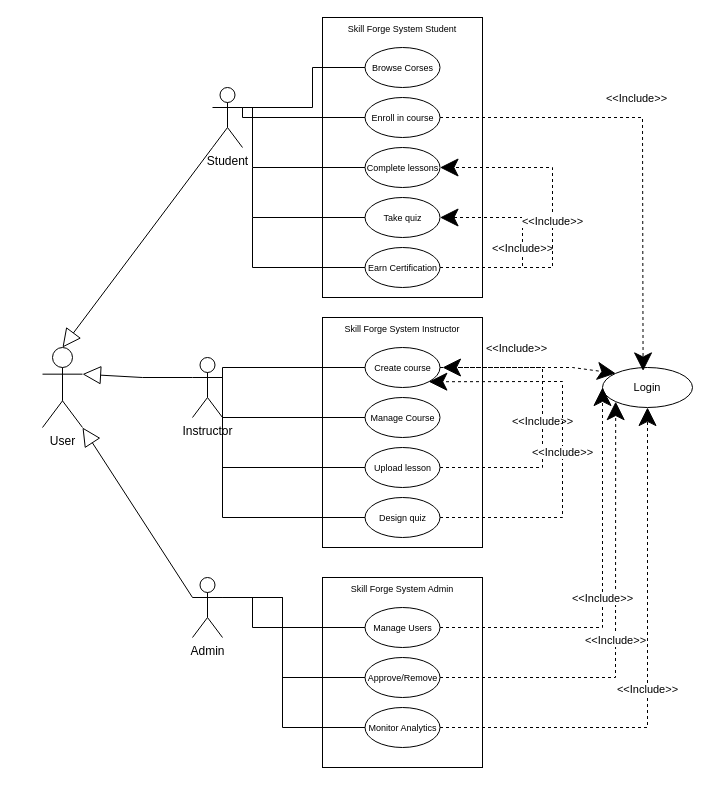
This is Untitled Diagram.drawio from RodinaMohamed04/Lab6, a draw.io file, before an edit. Source tidied: cells renumbered, new cells numbered last; positions are measured from the earlier drawing's top-left corner, leaving out a move shared by most shapes. Both pictures are drawn from the tidied source at 100%, with x=0, y=0 at pixel (42, 17).
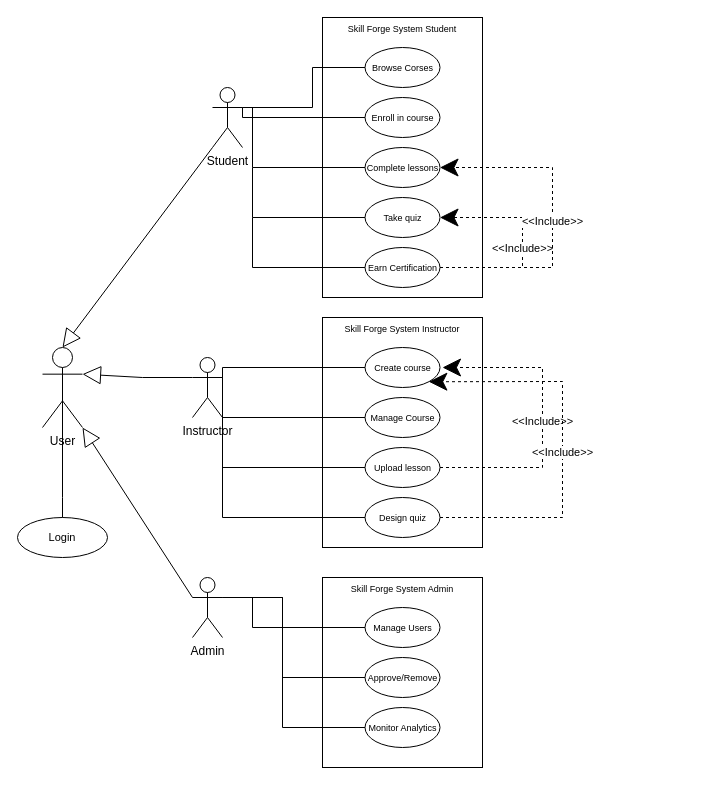
Above is the later version.

Commit message:
Use case login.drawio

The change refers to these unchanged cells:
```xml
<mxCell id="2" value="User" style="shape=umlActor;verticalLabelPosition=bottom;verticalAlign=top;html=1;" parent="1" vertex="1">
  <mxGeometry y="330" width="40" height="80" as="geometry" />
</mxCell>
<mxCell id="7" value="&lt;font style=&quot;font-size: 9px;&quot;&gt;Enroll in course&lt;/font&gt;" style="ellipse;whiteSpace=wrap;html=1;strokeColor=default;align=center;verticalAlign=middle;fontFamily=Helvetica;fontSize=11;fontColor=default;labelBackgroundColor=none;fillColor=light-dark(#FFFFFF,#CC99FF);" parent="1" vertex="1">
  <mxGeometry x="322.5" y="80" width="75" height="40" as="geometry" />
</mxCell>
<mxCell id="33" value="&lt;font style=&quot;font-size: 9px;&quot;&gt;Create course&lt;/font&gt;" style="ellipse;whiteSpace=wrap;html=1;strokeColor=default;align=center;verticalAlign=middle;fontFamily=Helvetica;fontSize=11;fontColor=default;labelBackgroundColor=none;fillColor=light-dark(#FFFFFF,#CC99FF);" parent="1" vertex="1">
  <mxGeometry x="322.5" y="330" width="75" height="40" as="geometry" />
</mxCell>
<mxCell id="52" value="&lt;font style=&quot;font-size: 9px;&quot;&gt;Manage Users&lt;/font&gt;" style="ellipse;whiteSpace=wrap;html=1;strokeColor=default;align=center;verticalAlign=middle;fontFamily=Helvetica;fontSize=11;fontColor=default;labelBackgroundColor=none;fillColor=light-dark(#FFFFFF,#CC99FF);" parent="1" vertex="1">
  <mxGeometry x="322.5" y="590" width="75" height="40" as="geometry" />
</mxCell>
<mxCell id="53" value="&lt;font style=&quot;font-size: 9px;&quot;&gt;Approve/Remove&lt;/font&gt;" style="ellipse;whiteSpace=wrap;html=1;strokeColor=default;align=center;verticalAlign=middle;fontFamily=Helvetica;fontSize=11;fontColor=default;labelBackgroundColor=none;fillColor=light-dark(#FFFFFF,#CC99FF);" parent="1" vertex="1">
  <mxGeometry x="322.5" y="640" width="75" height="40" as="geometry" />
</mxCell>
<mxCell id="54" value="&lt;font style=&quot;font-size: 9px;&quot;&gt;Monitor Analytics&lt;/font&gt;" style="ellipse;whiteSpace=wrap;html=1;strokeColor=default;align=center;verticalAlign=middle;fontFamily=Helvetica;fontSize=11;fontColor=default;labelBackgroundColor=none;fillColor=light-dark(#FFFFFF,#CC99FF);" parent="1" vertex="1">
  <mxGeometry x="322.5" y="690" width="75" height="40" as="geometry" />
</mxCell>
```

Change to the diagram source:
```diff
@@
-    <mxCell id="64" value="Login" style="ellipse;whiteSpace=wrap;html=1;fontFamily=Helvetica;fontSize=11;fontColor=default;labelBackgroundColor=none;fillColor=light-dark(#FFFFFF,#CC99FF);" parent="1" vertex="1">
-      <mxGeometry x="560" y="350" width="90" height="40" as="geometry" />
-    </mxCell>
-    <mxCell id="65" style="endArrow=classic;html=1;rounded=0;strokeColor=default;align=center;verticalAlign=middle;fontFamily=Helvetica;fontSize=11;fontColor=default;labelBackgroundColor=default;endSize=16;dashed=1;exitX=1;exitY=0.5;exitDx=0;exitDy=0;entryX=0.451;entryY=0.086;entryDx=0;entryDy=0;entryPerimeter=0;" parent="1" edge="1" source="7" target="64">
-      <mxGeometry relative="1" as="geometry">
-        <Array as="points">
-          <mxPoint x="600" y="100" />
-        </Array>
-      </mxGeometry>
-    </mxCell>
-    <mxCell id="66" value="&amp;lt;&amp;lt;Include&amp;gt;&amp;gt;" style="edgeLabel;html=1;align=center;verticalAlign=middle;strokeColor=default;fontFamily=Helvetica;fontSize=11;fontColor=default;labelBackgroundColor=default;fillColor=default;" parent="65" vertex="1">
-      <mxGeometry x="-0.14" y="1" relative="1" as="geometry">
-        <mxPoint y="-19" as="offset" />
-      </mxGeometry>
-    </mxCell>
-    <mxCell id="67" style="endArrow=classic;html=1;rounded=0;strokeColor=default;align=center;verticalAlign=middle;fontFamily=Helvetica;fontSize=11;fontColor=default;labelBackgroundColor=default;endSize=16;dashed=1;exitX=1;exitY=0.5;exitDx=0;exitDy=0;entryX=0;entryY=0;entryDx=0;entryDy=0;" parent="1" edge="1" source="33" target="64">
-      <mxGeometry relative="1" as="geometry">
-        <Array as="points">
-          <mxPoint x="530" y="350" />
-        </Array>
-      </mxGeometry>
-    </mxCell>
-    <mxCell id="68" value="&amp;lt;&amp;lt;Include&amp;gt;&amp;gt;" style="edgeLabel;html=1;align=center;verticalAlign=middle;strokeColor=default;fontFamily=Helvetica;fontSize=11;fontColor=default;labelBackgroundColor=default;fillColor=default;" parent="67" vertex="1">
-      <mxGeometry x="-0.14" y="1" relative="1" as="geometry">
-        <mxPoint y="-19" as="offset" />
-      </mxGeometry>
-    </mxCell>
-    <mxCell id="69" style="endArrow=classic;html=1;rounded=0;strokeColor=default;align=center;verticalAlign=middle;fontFamily=Helvetica;fontSize=11;fontColor=default;labelBackgroundColor=default;endSize=16;dashed=1;exitX=1;exitY=0.5;exitDx=0;exitDy=0;entryX=0.5;entryY=1;entryDx=0;entryDy=0;" parent="1" edge="1" source="54" target="64">
-      <mxGeometry relative="1" as="geometry">
-        <Array as="points">
-          <mxPoint x="605" y="710" />
-        </Array>
-      </mxGeometry>
-    </mxCell>
-    <mxCell id="70" value="&amp;lt;&amp;lt;Include&amp;gt;&amp;gt;" style="edgeLabel;html=1;align=center;verticalAlign=middle;strokeColor=default;fontFamily=Helvetica;fontSize=11;fontColor=default;labelBackgroundColor=default;fillColor=default;" parent="69" vertex="1">
-      <mxGeometry x="-0.14" y="1" relative="1" as="geometry">
-        <mxPoint y="-19" as="offset" />
-      </mxGeometry>
-    </mxCell>
-    <mxCell id="71" style="endArrow=classic;html=1;rounded=0;strokeColor=default;align=center;verticalAlign=middle;fontFamily=Helvetica;fontSize=11;fontColor=default;labelBackgroundColor=default;endSize=16;dashed=1;entryX=0;entryY=1;entryDx=0;entryDy=0;exitX=1;exitY=0.5;exitDx=0;exitDy=0;" parent="1" edge="1" source="53" target="64">
-      <mxGeometry relative="1" as="geometry">
-        <Array as="points">
-          <mxPoint x="573" y="660" />
-        </Array>
-      </mxGeometry>
-    </mxCell>
-    <mxCell id="72" value="&amp;lt;&amp;lt;Include&amp;gt;&amp;gt;" style="edgeLabel;html=1;align=center;verticalAlign=middle;strokeColor=default;fontFamily=Helvetica;fontSize=11;fontColor=default;labelBackgroundColor=default;fillColor=default;" parent="71" vertex="1">
-      <mxGeometry x="-0.14" y="1" relative="1" as="geometry">
-        <mxPoint y="-19" as="offset" />
-      </mxGeometry>
-    </mxCell>
-    <mxCell id="73" style="endArrow=classic;html=1;rounded=0;strokeColor=default;align=center;verticalAlign=middle;fontFamily=Helvetica;fontSize=11;fontColor=default;labelBackgroundColor=default;endSize=16;dashed=1;entryX=0;entryY=0.5;entryDx=0;entryDy=0;exitX=1;exitY=0.5;exitDx=0;exitDy=0;" parent="1" edge="1" source="52" target="64">
-      <mxGeometry relative="1" as="geometry">
-        <Array as="points">
-          <mxPoint x="560" y="610" />
-        </Array>
-      </mxGeometry>
-    </mxCell>
-    <mxCell id="74" value="&amp;lt;&amp;lt;Include&amp;gt;&amp;gt;" style="edgeLabel;html=1;align=center;verticalAlign=middle;strokeColor=default;fontFamily=Helvetica;fontSize=11;fontColor=default;labelBackgroundColor=default;fillColor=default;" parent="73" vertex="1">
-      <mxGeometry x="-0.14" y="1" relative="1" as="geometry">
-        <mxPoint y="-19" as="offset" />
-      </mxGeometry>
-    </mxCell>
@@
+    <mxCell id="64" value="Login" style="ellipse;whiteSpace=wrap;html=1;fontFamily=Helvetica;fontSize=11;fontColor=default;labelBackgroundColor=none;fillColor=light-dark(#FFFFFF,#CC99FF);" parent="1" vertex="1">
+      <mxGeometry x="-25" y="500" width="90" height="40" as="geometry" />
+    </mxCell>
+    <mxCell id="79" style="endArrow=none;html=1;edgeStyle=orthogonalEdgeStyle;rounded=0;strokeColor=default;align=center;verticalAlign=middle;fontFamily=Helvetica;fontSize=11;fontColor=default;labelBackgroundColor=default;endSize=16;entryX=0.5;entryY=0;entryDx=0;entryDy=0;exitX=0.5;exitY=0.5;exitDx=0;exitDy=0;exitPerimeter=0;" parent="1" edge="1" source="2" target="64">
+      <mxGeometry relative="1" as="geometry">
+        <Array as="points">
+          <mxPoint x="20" y="480" />
+          <mxPoint x="20" y="480" />
+        </Array>
+      </mxGeometry>
+    </mxCell>
+    <mxCell id="80" style="edgeLabel;html=1;align=left;verticalAlign=bottom;strokeColor=default;fontFamily=Helvetica;fontSize=11;fontColor=default;labelBackgroundColor=default;fillColor=default;" parent="79" vertex="1">
+      <mxGeometry x="-1" relative="1" as="geometry" />
+    </mxCell>
+    <mxCell id="81" style="edgeLabel;html=1;align=right;verticalAlign=bottom;strokeColor=default;fontFamily=Helvetica;fontSize=11;fontColor=default;labelBackgroundColor=default;fillColor=default;" parent="79" vertex="1">
+      <mxGeometry x="1" relative="1" as="geometry" />
+    </mxCell>
```
